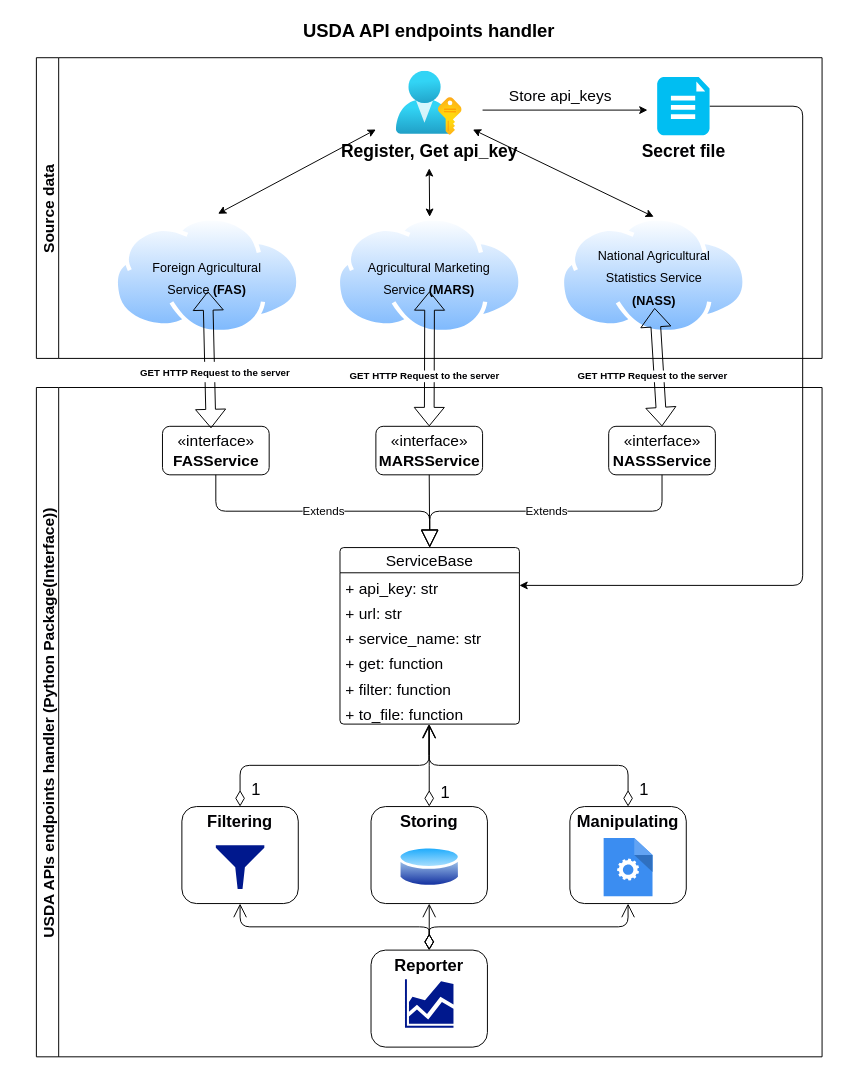
Above: docs/USDA Diagram.drawio in akkagazizov/usda-package (draw.io), before the change. Source tidied: cells renumbered, new cells numbered last; positions are measured from the earlier drawing's top-left corner, leaving out a move shared by most shapes. Both pictures are drawn from the tidied source at 97%, with x=0, y=0 at pixel (16, 16).
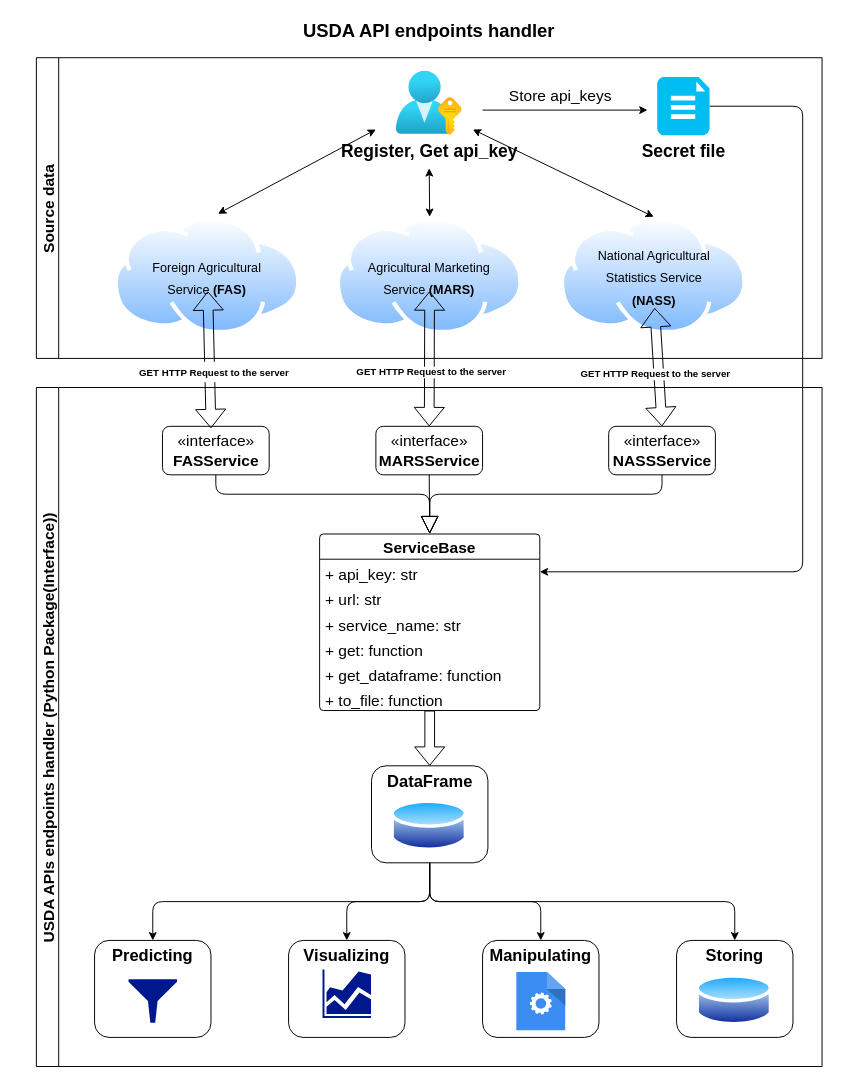
Above is the later version.

Commit message (it also covers changes not shown here):
added specification and update diagram

Unchanged cells that the change refers to:
```xml
<mxCell id="18" value="&lt;b&gt;Secret file&lt;/b&gt;" style="verticalLabelPosition=bottom;html=1;verticalAlign=top;align=center;strokeColor=none;fillColor=#00BEF2;shape=mxgraph.azure.file_2;fontSize=18;fontColor=#000003;" parent="1" vertex="1">
  <mxGeometry x="660" y="62" width="54" height="60" as="geometry" />
</mxCell>
<mxCell id="29" value="«interface»&lt;br&gt;&lt;b&gt;FASService&lt;/b&gt;" style="html=1;fontSize=16;fontColor=#000003;rounded=1;" parent="21" vertex="1">
  <mxGeometry x="130" y="40" width="110" height="50" as="geometry" />
</mxCell>
<mxCell id="33" value="«interface»&lt;br&gt;&lt;b&gt;NASSService&lt;/b&gt;" style="html=1;fontSize=16;fontColor=#000003;rounded=1;" parent="21" vertex="1">
  <mxGeometry x="590" y="40" width="110" height="50" as="geometry" />
</mxCell>
<mxCell id="49" style="shape=flexArrow;endArrow=classic;startArrow=classic;html=1;rounded=1;sketch=0;fontSize=17;fontColor=#000003;jumpStyle=none;exitX=0.455;exitY=0.04;exitDx=0;exitDy=0;exitPerimeter=0;" parent="1" edge="1" source="29" target="4">
  <mxGeometry relative="1" as="geometry" />
</mxCell>
<mxCell id="51" style="shape=flexArrow;endArrow=classic;startArrow=classic;html=1;rounded=1;sketch=0;fontSize=17;fontColor=#000003;jumpStyle=none;exitX=0.5;exitY=0;exitDx=0;exitDy=0;entryX=0.5;entryY=1;entryDx=0;entryDy=0;" parent="1" edge="1" source="31" target="8">
  <mxGeometry relative="1" as="geometry" />
</mxCell>
<mxCell id="53" style="shape=flexArrow;endArrow=classic;startArrow=classic;html=1;rounded=1;sketch=0;fontSize=17;fontColor=#000003;jumpStyle=none;exitX=0.5;exitY=0;exitDx=0;exitDy=0;entryX=0.5;entryY=1;entryDx=0;entryDy=0;" parent="1" edge="1" source="33" target="11">
  <mxGeometry relative="1" as="geometry" />
</mxCell>
```

What changed in the source:
```diff
@@
     <mxCell id="17" style="edgeStyle=orthogonalEdgeStyle;rounded=1;jettySize=auto;html=1;exitX=1;exitY=0.5;exitDx=0;exitDy=0;exitPerimeter=0;entryX=1;entryY=0.5;entryDx=0;entryDy=0;fontSize=16;fontColor=#000003;jumpStyle=none;sketch=0;" parent="1" edge="1" source="18" target="23">
       <mxGeometry relative="1" as="geometry">
         <Array as="points">
           <mxPoint x="810" y="92" />
-          <mxPoint x="810" y="586" />
+          <mxPoint x="810" y="572" />
         </Array>
       </mxGeometry>
     </mxCell>
@@
     <mxCell id="21" value="USDA APIs endpoints handler (Python Package(Interface))" style="swimlane;horizontal=0;fontSize=16;fontColor=#000003;" parent="1" vertex="1">
-      <mxGeometry x="20" y="382" width="810" height="690" as="geometry" />
+      <mxGeometry x="20" y="382" width="810" height="700" as="geometry" />
     </mxCell>
-    <mxCell id="22" value="ServiceBase" style="swimlane;fontStyle=0;horizontal=1;startSize=26;fillColor=none;fontSize=16;fontColor=#000003;rounded=1;arcSize=5;" parent="21" vertex="1">
-      <mxGeometry x="313" y="165" width="185" height="182" as="geometry" />
+    <mxCell id="22" value="ServiceBase" style="swimlane;fontStyle=1;horizontal=1;startSize=26;fillColor=none;fontSize=16;fontColor=#000003;rounded=1;arcSize=5;" parent="21" vertex="1">
+      <mxGeometry x="292" y="151" width="227" height="182" as="geometry" />
     </mxCell>
     <mxCell id="23" value="+ api_key: str" style="text;strokeColor=none;fillColor=none;align=left;verticalAlign=top;spacingLeft=4;spacingRight=4;overflow=hidden;points=[[0,0.5],[1,0.5]];portConstraint=eastwest;fontSize=16;fontColor=#000003;" parent="22" vertex="1">
-      <mxGeometry y="26" width="185" height="26" as="geometry" />
+      <mxGeometry y="26" width="227" height="26" as="geometry" />
     </mxCell>
     <mxCell id="24" value="+ url: str" style="text;strokeColor=none;fillColor=none;align=left;verticalAlign=top;spacingLeft=4;spacingRight=4;overflow=hidden;fontSize=16;fontColor=#000003;" parent="22" vertex="1">
-      <mxGeometry y="52" width="185" height="26" as="geometry" />
+      <mxGeometry y="52" width="227" height="26" as="geometry" />
     </mxCell>
     <mxCell id="25" value="+ service_name: str" style="text;strokeColor=none;fillColor=none;align=left;verticalAlign=top;spacingLeft=4;spacingRight=4;overflow=hidden;fontSize=16;fontColor=#000003;" parent="22" vertex="1">
-      <mxGeometry y="78" width="185" height="26" as="geometry" />
+      <mxGeometry y="78" width="227" height="26" as="geometry" />
     </mxCell>
     <mxCell id="26" value="+ get: function" style="text;strokeColor=none;fillColor=none;align=left;verticalAlign=top;spacingLeft=4;spacingRight=4;overflow=hidden;fontSize=16;fontColor=#000003;" parent="22" vertex="1">
-      <mxGeometry y="104" width="185" height="26" as="geometry" />
+      <mxGeometry y="104" width="227" height="26" as="geometry" />
     </mxCell>
-    <mxCell id="27" value="+ filter: function" style="text;strokeColor=none;fillColor=none;align=left;verticalAlign=top;spacingLeft=4;spacingRight=4;overflow=hidden;fontSize=16;fontColor=#000003;" parent="22" vertex="1">
-      <mxGeometry y="130" width="185" height="26" as="geometry" />
+    <mxCell id="27" value="+ get_dataframe: function" style="text;strokeColor=none;fillColor=none;align=left;verticalAlign=top;spacingLeft=4;spacingRight=4;overflow=hidden;fontSize=16;fontColor=#000003;" parent="22" vertex="1">
+      <mxGeometry y="130" width="227" height="26" as="geometry" />
     </mxCell>
     <mxCell id="28" value="+ to_file: function" style="text;strokeColor=none;fillColor=none;align=left;verticalAlign=top;spacingLeft=4;spacingRight=4;overflow=hidden;points=[[0,0.5],[1,0.5]];portConstraint=eastwest;fontSize=16;fontColor=#000003;" parent="22" vertex="1">
-      <mxGeometry y="156" width="185" height="26" as="geometry" />
+      <mxGeometry y="156" width="227" height="26" as="geometry" />
     </mxCell>
@@
-    <mxCell id="30" value="Extends" style="endArrow=block;endSize=16;endFill=0;html=1;rounded=1;sketch=0;fontSize=12;fontColor=#000003;jumpStyle=none;exitX=0.5;exitY=1;exitDx=0;exitDy=0;entryX=0.5;entryY=0;entryDx=0;entryDy=0;edgeStyle=orthogonalEdgeStyle;" parent="21" edge="1" source="29" target="22">
-      <mxGeometry relative="1" as="geometry" />
+    <mxCell id="30" style="endArrow=block;endSize=16;endFill=0;html=1;rounded=1;sketch=0;fontSize=12;fontColor=#000003;jumpStyle=none;exitX=0.5;exitY=1;exitDx=0;exitDy=0;entryX=0.5;entryY=0;entryDx=0;entryDy=0;edgeStyle=orthogonalEdgeStyle;" parent="21" edge="1" source="29" target="22">
+      <mxGeometry relative="1" as="geometry">
+        <Array as="points">
+          <mxPoint x="185" y="110" />
+          <mxPoint x="406" y="110" />
+        </Array>
+      </mxGeometry>
     </mxCell>
@@
-    <mxCell id="34" value="Extends" style="endArrow=block;endSize=16;endFill=0;html=1;rounded=1;sketch=0;fontSize=12;fontColor=#000003;jumpStyle=none;exitX=0.5;exitY=1;exitDx=0;exitDy=0;entryX=0.5;entryY=0;entryDx=0;entryDy=0;edgeStyle=orthogonalEdgeStyle;" parent="21" edge="1" source="33" target="22">
-      <mxGeometry relative="1" as="geometry" />
+    <mxCell id="34" style="endArrow=block;endSize=16;endFill=0;html=1;rounded=1;sketch=0;fontSize=12;fontColor=#000003;jumpStyle=none;exitX=0.5;exitY=1;exitDx=0;exitDy=0;entryX=0.5;entryY=0;entryDx=0;entryDy=0;edgeStyle=orthogonalEdgeStyle;" parent="21" edge="1" source="33" target="22">
+      <mxGeometry relative="1" as="geometry">
+        <Array as="points">
+          <mxPoint x="645" y="110" />
+          <mxPoint x="406" y="110" />
+        </Array>
+      </mxGeometry>
     </mxCell>
+    <mxCell id="55" style="group;" parent="21" vertex="1">
+      <mxGeometry x="345.5" y="390" width="120" height="100" as="geometry" />
+    </mxCell>
+    <mxCell id="37" value="&lt;span style=&quot;font-size: 17px;&quot;&gt;&lt;b&gt;DataFrame&lt;/b&gt;&lt;/span&gt;" style="rounded=1;whiteSpace=wrap;html=1;fontSize=12;fontColor=#000003;verticalAlign=top;" parent="55" vertex="1">
+      <mxGeometry width="120" height="100" as="geometry" />
+    </mxCell>
+    <mxCell id="38" style="perimeter=ellipsePerimeter;html=1;align=center;shadow=0;dashed=0;spacingTop=3;image;image=img/lib/active_directory/database.svg;rounded=1;fontSize=17;fontColor=#000003;" parent="55" vertex="1">
+      <mxGeometry x="20" y="32.5" width="79.1" height="58.5" as="geometry" />
+    </mxCell>
+    <mxCell id="56" style="shape=flexArrow;endArrow=classic;html=1;rounded=0;entryX=0.5;entryY=0;entryDx=0;entryDy=0;" parent="21" edge="1" source="28" target="37">
+      <mxGeometry relative="1" as="geometry" />
+    </mxCell>
+    <mxCell id="57" style="group;" parent="21" vertex="1">
+      <mxGeometry x="260" y="570" width="120" height="100" as="geometry" />
+    </mxCell>
+    <mxCell id="44" value="&lt;span style=&quot;font-size: 17px;&quot;&gt;&lt;b&gt;Visualizing&lt;/b&gt;&lt;/span&gt;" style="rounded=1;whiteSpace=wrap;html=1;fontSize=12;fontColor=#000003;verticalAlign=top;" parent="57" vertex="1">
+      <mxGeometry width="120" height="100" as="geometry" />
+    </mxCell>
+    <mxCell id="45" style="sketch=0;shadow=0;dashed=0;html=1;strokeColor=none;labelPosition=center;verticalLabelPosition=bottom;verticalAlign=top;align=center;fillColor=#00188D;shape=mxgraph.mscae.general.graph;rounded=1;fontSize=17;fontColor=#000003;" parent="57" vertex="1">
+      <mxGeometry x="35" y="30" width="50" height="50" as="geometry" />
+    </mxCell>
+    <mxCell id="58" style="group;" parent="21" vertex="1">
+      <mxGeometry x="60" y="570" width="120" height="100" as="geometry" />
+    </mxCell>
-    <mxCell id="35" value="&lt;font style=&quot;font-size: 17px;&quot;&gt;&lt;b&gt;Filtering&lt;/b&gt;&lt;/font&gt;" style="rounded=1;whiteSpace=wrap;html=1;fontSize=12;fontColor=#000003;verticalAlign=top;" parent="21" vertex="1">
-      <mxGeometry x="150" y="432" width="120" height="100" as="geometry" />
+    <mxCell id="35" value="&lt;font style=&quot;font-size: 17px;&quot;&gt;&lt;b&gt;Predicting&lt;/b&gt;&lt;/font&gt;" style="rounded=1;whiteSpace=wrap;html=1;fontSize=12;fontColor=#000003;verticalAlign=top;" parent="58" vertex="1">
+      <mxGeometry width="120" height="100" as="geometry" />
     </mxCell>
-    <mxCell id="36" style="sketch=0;shadow=0;dashed=0;html=1;strokeColor=none;labelPosition=center;verticalLabelPosition=bottom;verticalAlign=top;align=center;fillColor=#00188D;shape=mxgraph.mscae.enterprise.filter;rounded=1;fontSize=12;fontColor=#000003;" parent="21" vertex="1">
-      <mxGeometry x="185" y="472" width="50" height="45" as="geometry" />
+    <mxCell id="36" style="sketch=0;shadow=0;dashed=0;html=1;strokeColor=none;labelPosition=center;verticalLabelPosition=bottom;verticalAlign=top;align=center;fillColor=#00188D;shape=mxgraph.mscae.enterprise.filter;rounded=1;fontSize=12;fontColor=#000003;" parent="58" vertex="1">
+      <mxGeometry x="35" y="40" width="50" height="45" as="geometry" />
     </mxCell>
-    <mxCell id="37" value="&lt;span style=&quot;font-size: 17px;&quot;&gt;&lt;b&gt;Storing&lt;/b&gt;&lt;/span&gt;" style="rounded=1;whiteSpace=wrap;html=1;fontSize=12;fontColor=#000003;verticalAlign=top;" parent="21" vertex="1">
-      <mxGeometry x="345" y="432" width="120" height="100" as="geometry" />
-    </mxCell>
-    <mxCell id="38" style="perimeter=ellipsePerimeter;html=1;align=center;shadow=0;dashed=0;spacingTop=3;image;image=img/lib/active_directory/database.svg;rounded=1;fontSize=17;fontColor=#000003;" parent="21" vertex="1">
-      <mxGeometry x="373" y="470.4" width="65" height="48.1" as="geometry" />
-    </mxCell>
+    <mxCell id="59" style="group;" parent="21" vertex="1">
+      <mxGeometry x="460" y="570" width="120" height="100" as="geometry" />
+    </mxCell>
-    <mxCell id="39" value="&lt;span style=&quot;font-size: 17px;&quot;&gt;&lt;b&gt;Manipulating&lt;/b&gt;&lt;/span&gt;" style="rounded=1;whiteSpace=wrap;html=1;fontSize=12;fontColor=#000003;verticalAlign=top;" parent="21" vertex="1">
-      <mxGeometry x="550" y="432" width="120" height="100" as="geometry" />
+    <mxCell id="39" value="&lt;span style=&quot;font-size: 17px;&quot;&gt;&lt;b&gt;Manipulating&lt;/b&gt;&lt;/span&gt;" style="rounded=1;whiteSpace=wrap;html=1;fontSize=12;fontColor=#000003;verticalAlign=top;" parent="59" vertex="1">
+      <mxGeometry width="120" height="100" as="geometry" />
     </mxCell>
-    <mxCell id="40" style="sketch=0;html=1;strokeColor=none;shadow=0;align=center;verticalAlign=top;fillColor=#3B8DF1;shape=mxgraph.gcp2.process;rounded=1;fontSize=17;fontColor=#000003;" parent="21" vertex="1">
-      <mxGeometry x="584.8" y="464.5" width="50.4" height="60" as="geometry" />
+    <mxCell id="40" style="sketch=0;html=1;strokeColor=none;shadow=0;align=center;verticalAlign=top;fillColor=#3B8DF1;shape=mxgraph.gcp2.process;rounded=1;fontSize=17;fontColor=#000003;" parent="59" vertex="1">
+      <mxGeometry x="34.8" y="32.5" width="50.4" height="60" as="geometry" />
     </mxCell>
-    <mxCell id="41" value="1" style="endArrow=open;html=1;endSize=12;startArrow=diamondThin;startSize=14;startFill=0;edgeStyle=orthogonalEdgeStyle;align=left;verticalAlign=bottom;rounded=1;sketch=0;fontSize=17;fontColor=#000003;jumpStyle=none;exitX=0.5;exitY=0;exitDx=0;exitDy=0;entryX=0.498;entryY=1.005;entryDx=0;entryDy=0;entryPerimeter=0;" parent="21" edge="1" source="35" target="28">
-      <mxGeometry x="-0.97" y="-10" relative="1" as="geometry" />
-    </mxCell>
-    <mxCell id="42" value="1" style="endArrow=open;html=1;endSize=12;startArrow=diamondThin;startSize=14;startFill=0;edgeStyle=orthogonalEdgeStyle;align=left;verticalAlign=bottom;rounded=1;sketch=0;fontSize=17;fontColor=#000003;jumpStyle=none;exitX=0.5;exitY=0;exitDx=0;exitDy=0;entryX=0.497;entryY=1.024;entryDx=0;entryDy=0;entryPerimeter=0;" parent="21" edge="1" source="37" target="28">
-      <mxGeometry x="-0.97" y="-10" relative="1" as="geometry" />
-    </mxCell>
-    <mxCell id="43" value="1" style="endArrow=open;html=1;endSize=12;startArrow=diamondThin;startSize=14;startFill=0;edgeStyle=orthogonalEdgeStyle;align=left;verticalAlign=bottom;rounded=1;sketch=0;fontSize=17;fontColor=#000003;jumpStyle=none;exitX=0.5;exitY=0;exitDx=0;exitDy=0;entryX=0.495;entryY=1.003;entryDx=0;entryDy=0;entryPerimeter=0;" parent="21" edge="1" source="39" target="28">
-      <mxGeometry x="-0.97" y="-10" relative="1" as="geometry" />
-    </mxCell>
-    <mxCell id="44" value="&lt;span style=&quot;font-size: 17px;&quot;&gt;&lt;b&gt;Reporter&lt;/b&gt;&lt;/span&gt;" style="rounded=1;whiteSpace=wrap;html=1;fontSize=12;fontColor=#000003;verticalAlign=top;" parent="21" vertex="1">
-      <mxGeometry x="345" y="580" width="120" height="100" as="geometry" />
-    </mxCell>
-    <mxCell id="45" style="sketch=0;shadow=0;dashed=0;html=1;strokeColor=none;labelPosition=center;verticalLabelPosition=bottom;verticalAlign=top;align=center;fillColor=#00188D;shape=mxgraph.mscae.general.graph;rounded=1;fontSize=17;fontColor=#000003;" parent="21" vertex="1">
-      <mxGeometry x="380" y="610" width="50" height="50" as="geometry" />
-    </mxCell>
-    <mxCell id="46" style="endArrow=open;html=1;endSize=12;startArrow=diamondThin;startSize=14;startFill=0;edgeStyle=orthogonalEdgeStyle;align=left;verticalAlign=bottom;rounded=1;sketch=0;fontSize=17;fontColor=#000003;jumpStyle=none;exitX=0.5;exitY=0;exitDx=0;exitDy=0;entryX=0.5;entryY=1;entryDx=0;entryDy=0;" parent="21" edge="1" source="44" target="35">
-      <mxGeometry x="-0.97" y="-10" relative="1" as="geometry" />
-    </mxCell>
-    <mxCell id="47" style="endArrow=open;html=1;endSize=12;startArrow=diamondThin;startSize=14;startFill=0;edgeStyle=orthogonalEdgeStyle;align=left;verticalAlign=bottom;rounded=1;sketch=0;fontSize=17;fontColor=#000003;jumpStyle=none;exitX=0.5;exitY=0;exitDx=0;exitDy=0;" parent="21" edge="1" source="44" target="37">
-      <mxGeometry x="-0.97" y="-10" relative="1" as="geometry" />
-    </mxCell>
-    <mxCell id="48" style="endArrow=open;html=1;endSize=12;startArrow=diamondThin;startSize=14;startFill=0;edgeStyle=orthogonalEdgeStyle;align=left;verticalAlign=bottom;rounded=1;sketch=0;fontSize=17;fontColor=#000003;jumpStyle=none;exitX=0.5;exitY=0;exitDx=0;exitDy=0;entryX=0.5;entryY=1;entryDx=0;entryDy=0;" parent="21" edge="1" source="44" target="39">
-      <mxGeometry x="-0.97" y="-10" relative="1" as="geometry" />
-    </mxCell>
+    <mxCell id="60" style="group;" parent="21" vertex="1">
+      <mxGeometry x="660" y="570" width="120" height="100" as="geometry" />
+    </mxCell>
+    <mxCell id="61" value="&lt;span style=&quot;font-size: 17px;&quot;&gt;&lt;b&gt;Storing&lt;/b&gt;&lt;/span&gt;" style="rounded=1;whiteSpace=wrap;html=1;fontSize=12;fontColor=#000003;verticalAlign=top;" parent="60" vertex="1">
+      <mxGeometry width="120" height="100" as="geometry" />
+    </mxCell>
+    <mxCell id="62" style="perimeter=ellipsePerimeter;html=1;align=center;shadow=0;dashed=0;spacingTop=3;image;image=img/lib/active_directory/database.svg;rounded=1;fontSize=17;fontColor=#000003;" parent="60" vertex="1">
+      <mxGeometry x="20" y="32.5" width="79.1" height="58.5" as="geometry" />
+    </mxCell>
+    <mxCell id="63" style="edgeStyle=orthogonalEdgeStyle;rounded=1;jettySize=auto;html=1;exitX=0.5;exitY=1;exitDx=0;exitDy=0;" parent="21" edge="1" source="37" target="35">
+      <mxGeometry relative="1" as="geometry" />
+    </mxCell>
+    <mxCell id="64" style="edgeStyle=orthogonalEdgeStyle;rounded=1;jettySize=auto;html=1;exitX=0.5;exitY=1;exitDx=0;exitDy=0;" parent="21" edge="1" source="37" target="44">
+      <mxGeometry relative="1" as="geometry" />
+    </mxCell>
+    <mxCell id="65" style="edgeStyle=orthogonalEdgeStyle;rounded=1;jettySize=auto;html=1;exitX=0.5;exitY=1;exitDx=0;exitDy=0;entryX=0.5;entryY=0;entryDx=0;entryDy=0;" parent="21" edge="1" source="37" target="39">
+      <mxGeometry relative="1" as="geometry" />
+    </mxCell>
+    <mxCell id="66" style="edgeStyle=orthogonalEdgeStyle;rounded=1;jettySize=auto;html=1;exitX=0.5;exitY=1;exitDx=0;exitDy=0;entryX=0.5;entryY=0;entryDx=0;entryDy=0;" parent="21" edge="1" source="37" target="61">
+      <mxGeometry relative="1" as="geometry" />
+    </mxCell>
@@
     <mxCell id="50" value="&lt;font size=&quot;1&quot; style=&quot;&quot;&gt;&lt;b style=&quot;&quot;&gt;GET HTTP Request to the server&lt;/b&gt;&lt;/font&gt;" style="edgeLabel;html=1;align=center;verticalAlign=middle;fontSize=17;fontColor=#000003;labelBorderColor=none;" parent="49" vertex="1">
       <mxGeometry x="-0.27" y="-5" relative="1" as="geometry">
-        <mxPoint y="-6" as="offset" />
+        <mxPoint x="-1" y="-6" as="offset" />
       </mxGeometry>
     </mxCell>
@@
     <mxCell id="52" value="&lt;b style=&quot;font-size: x-small;&quot;&gt;GET HTTP Request to the server&lt;/b&gt;" style="edgeLabel;html=1;align=center;verticalAlign=middle;fontSize=10;fontColor=#000003;" parent="51" vertex="1">
-      <mxGeometry x="-0.25" y="6" relative="1" as="geometry" />
+      <mxGeometry x="-0.25" y="6" relative="1" as="geometry">
+        <mxPoint x="7" y="-4" as="offset" />
+      </mxGeometry>
     </mxCell>
@@
     <mxCell id="54" value="&lt;b style=&quot;font-size: x-small;&quot;&gt;GET HTTP Request to the server&lt;/b&gt;" style="edgeLabel;html=1;align=center;verticalAlign=middle;fontSize=10;fontColor=#000003;" parent="53" vertex="1">
-      <mxGeometry x="-0.14" y="7" relative="1" as="geometry" />
+      <mxGeometry x="-0.14" y="7" relative="1" as="geometry">
+        <mxPoint x="3" y="-2" as="offset" />
+      </mxGeometry>
     </mxCell>
```
